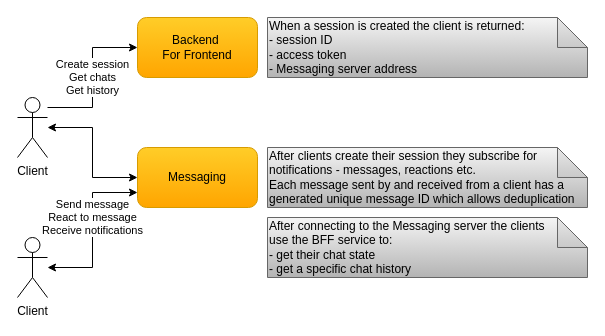
cvetomir-todorov/CecoChat keeps this draw.io diagram as docs/diagrams/cecochat-05-clients.drawio. Above is the earlier version. Source tidied: cells renumbered, new cells numbered last; positions are measured from the earlier drawing's top-left corner, leaving out a move shared by most shapes. Both pictures are drawn from the tidied source at 100%, with x=0, y=0 at pixel (17, 17).
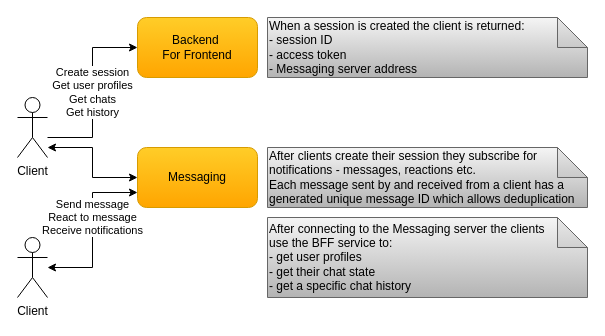
The same diagram, later.

Commit message (it also covers changes not shown here):
Update diagrams with user service

The edit, as a diff of the source:
```diff
@@
 <mxGraphModel>
   <root>
     <mxCell id="0" />
     <mxCell id="1" parent="0" />
     <mxCell id="2" value="When a session is created the client is returned:&lt;br&gt;- session ID&lt;br&gt;- access token&lt;br&gt;- Messaging server address" style="shape=note;whiteSpace=wrap;html=1;backgroundOutline=1;darkOpacity=0.05;align=left;gradientColor=#b3b3b3;fillColor=#f5f5f5;strokeColor=#666666;" parent="1" vertex="1">
       <mxGeometry x="250" width="320" height="60" as="geometry" />
     </mxCell>
     <mxCell id="3" value="After clients create their session they&amp;nbsp;subscribe for notifications - messages, reactions etc.&lt;br&gt;Each message sent by and received from a client has a generated unique message ID which allows deduplication" style="shape=note;whiteSpace=wrap;html=1;backgroundOutline=1;darkOpacity=0.05;align=left;gradientColor=#b3b3b3;fillColor=#f5f5f5;strokeColor=#666666;" parent="1" vertex="1">
       <mxGeometry x="250" y="130" width="320" height="60" as="geometry" />
     </mxCell>
     <mxCell id="4" style="edgeStyle=orthogonalEdgeStyle;rounded=0;jettySize=auto;html=1;entryX=0;entryY=0.5;entryDx=0;entryDy=0;startArrow=classic;startFill=1;" parent="1" edge="1" source="6" target="9">
-      <mxGeometry relative="1" as="geometry" />
+      <mxGeometry relative="1" as="geometry">
+        <Array as="points">
+          <mxPoint x="75" y="130" />
+          <mxPoint x="75" y="160" />
+        </Array>
+      </mxGeometry>
     </mxCell>
-    <mxCell id="5" value="Create session&lt;br&gt;Get chats&lt;br&gt;Get history" style="edgeStyle=orthogonalEdgeStyle;rounded=0;jettySize=auto;html=1;entryX=0;entryY=0.5;entryDx=0;entryDy=0;" parent="1" edge="1" source="6" target="10">
+    <mxCell id="5" value="Create session&lt;br&gt;Get user profiles&lt;br&gt;Get chats&lt;br&gt;Get history" style="edgeStyle=orthogonalEdgeStyle;rounded=0;jettySize=auto;html=1;entryX=0;entryY=0.5;entryDx=0;entryDy=0;" parent="1" edge="1" source="6" target="10">
       <mxGeometry relative="1" as="geometry">
         <Array as="points">
-          <mxPoint x="75" y="90" />
+          <mxPoint x="75" y="120" />
           <mxPoint x="75" y="30" />
         </Array>
       </mxGeometry>
     </mxCell>
     <mxCell id="6" value="Client" style="shape=umlActor;verticalLabelPosition=bottom;verticalAlign=top;html=1;outlineConnect=0;" parent="1" vertex="1">
       <mxGeometry y="80" width="30" height="60" as="geometry" />
     </mxCell>
     <mxCell id="7" value="Send message&lt;br&gt;React to message&lt;br&gt;Receive notifications" style="edgeStyle=orthogonalEdgeStyle;rounded=0;jettySize=auto;html=1;entryX=0;entryY=0.75;entryDx=0;entryDy=0;startArrow=classic;startFill=1;" parent="1" edge="1" source="8" target="9">
       <mxGeometry x="0.15" relative="1" as="geometry" />
     </mxCell>
     <mxCell id="8" value="Client" style="shape=umlActor;verticalLabelPosition=bottom;verticalAlign=top;html=1;outlineConnect=0;" parent="1" vertex="1">
       <mxGeometry y="220" width="30" height="60" as="geometry" />
     </mxCell>
     <mxCell id="9" value="&lt;font style=&quot;font-size: 12px&quot;&gt;Messaging&lt;/font&gt;" style="rounded=1;whiteSpace=wrap;html=1;gradientColor=#ffa500;fillColor=#ffcd28;strokeColor=#d79b00;" parent="1" vertex="1">
       <mxGeometry x="120" y="130" width="120" height="60" as="geometry" />
     </mxCell>
     <mxCell id="10" value="&lt;font style=&quot;font-size: 12px&quot;&gt;Backend&amp;nbsp;&lt;br&gt;For Frontend&lt;/font&gt;" style="rounded=1;whiteSpace=wrap;html=1;gradientColor=#ffa500;fillColor=#ffcd28;strokeColor=#d79b00;" parent="1" vertex="1">
       <mxGeometry x="120" width="120" height="60" as="geometry" />
     </mxCell>
-    <mxCell id="11" value="After connecting to the Messaging server the clients&lt;br&gt;use the BFF service to:&lt;br&gt;- get their chat state&lt;br&gt;- get a specific chat history" style="shape=note;whiteSpace=wrap;html=1;backgroundOutline=1;darkOpacity=0.05;align=left;gradientColor=#b3b3b3;fillColor=#f5f5f5;strokeColor=#666666;" parent="1" vertex="1">
-      <mxGeometry x="250" y="200" width="320" height="60" as="geometry" />
+    <mxCell id="11" value="After connecting to the Messaging server the clients&lt;br&gt;use the BFF service to:&lt;br&gt;- get user profiles&lt;br&gt;- get their chat state&lt;br&gt;- get a specific chat history" style="shape=note;whiteSpace=wrap;html=1;backgroundOutline=1;darkOpacity=0.05;align=left;gradientColor=#b3b3b3;fillColor=#f5f5f5;strokeColor=#666666;" parent="1" vertex="1">
+      <mxGeometry x="250" y="200" width="320" height="80" as="geometry" />
     </mxCell>
   </root>
 </mxGraphModel>
```
